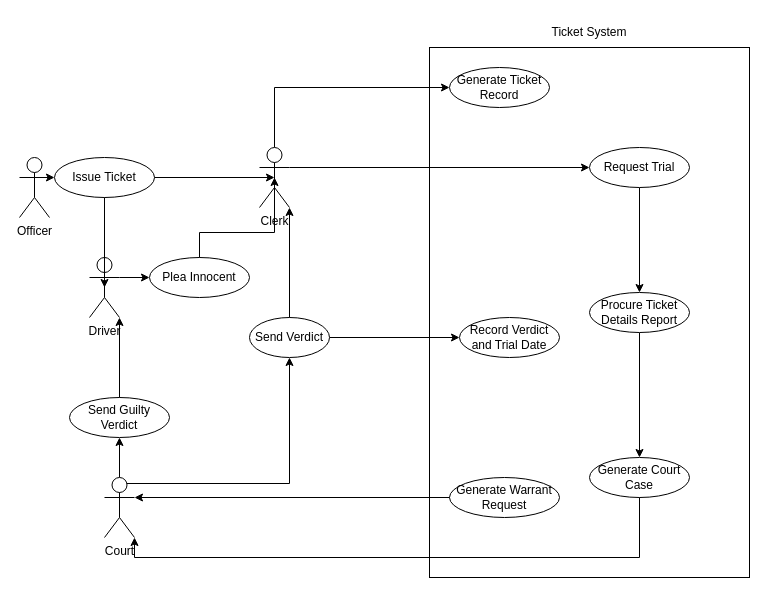
This is Old Ticket System.drawio from NiccyNet1989/Test3, a draw.io file, before an edit. Source tidied: cells renumbered, new cells numbered last; positions are measured from the earlier drawing's top-left corner, leaving out a move shared by most shapes. Both pictures are drawn from the tidied source at 100%, with x=0, y=0 at pixel (19, 17).
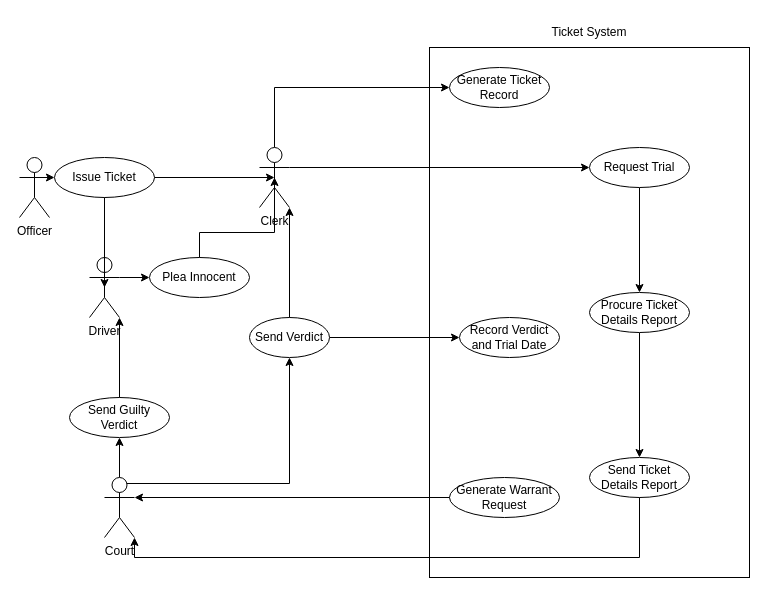
Above is the later version.

The edit, as a diff of the source:
```diff
@@
-    <mxCell id="17" value="Generate Court Case" style="ellipse;whiteSpace=wrap;html=1;align=center;" parent="1" vertex="1">
+    <mxCell id="17" value="Send Ticket Details Report" style="ellipse;whiteSpace=wrap;html=1;align=center;" parent="1" vertex="1">
       <mxGeometry x="570" y="440" width="100" height="40" as="geometry" />
     </mxCell>
```
